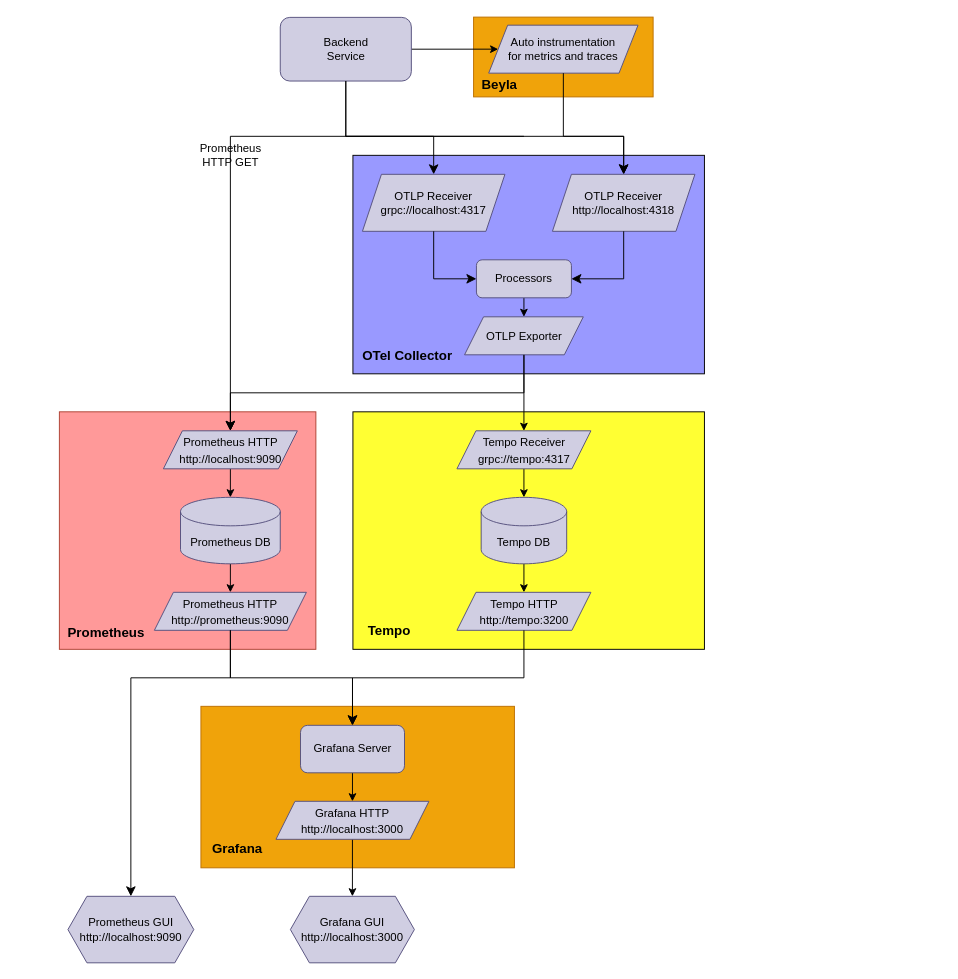
Earlier version of the draw.io diagram figure/structure.drawio (gary1030/observability-demo). Source tidied: cells renumbered, new cells numbered last; positions are measured from the earlier drawing's top-left corner, leaving out a move shared by most shapes. Both pictures are drawn from the tidied source at 95%, with x=0, y=0 at pixel (59, 16). Pictures stored in the file or linked from it are replaced by grey dashed boxes.
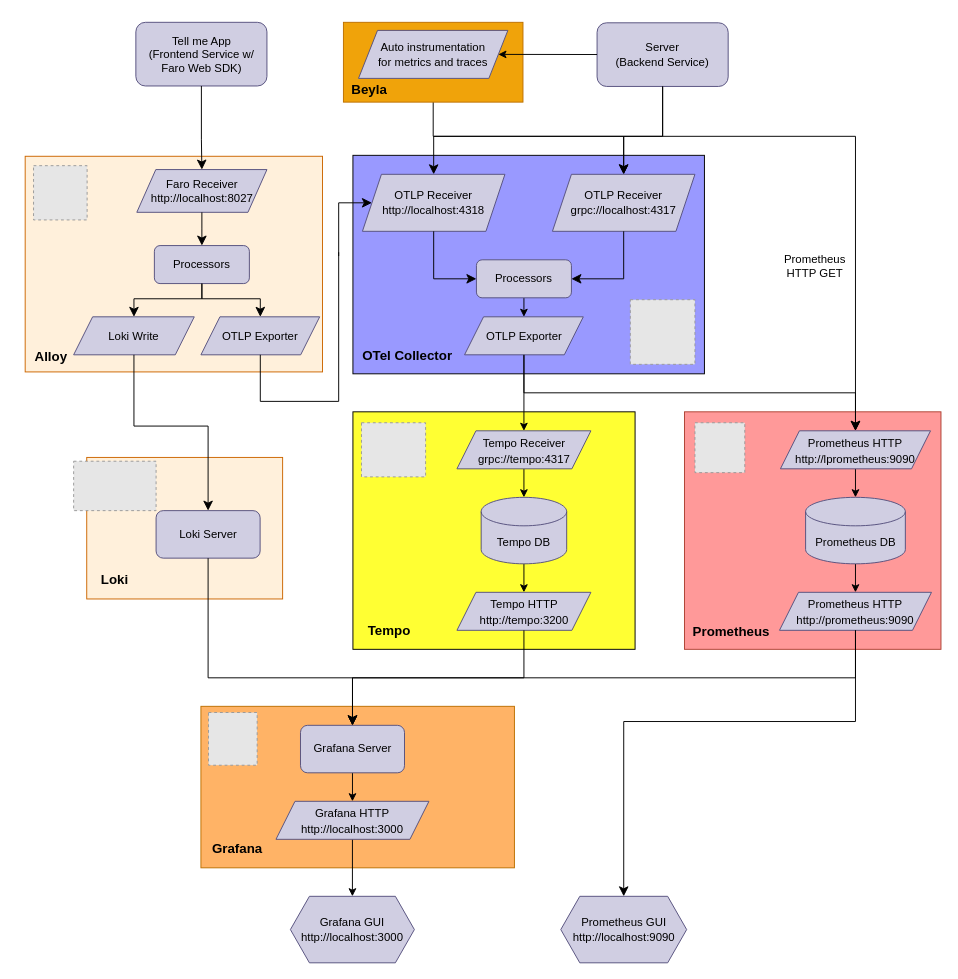
The same diagram, later.

Unchanged cells that the change refers to:
```xml
<mxCell id="23" value="&lt;font style=&quot;font-size: 12px;&quot;&gt;&lt;font color=&quot;#000000&quot;&gt;Tempo HTTP&lt;br&gt;http://tempo:3200&lt;/font&gt;&lt;br&gt;&lt;/font&gt;" style="shape=parallelogram;perimeter=parallelogramPerimeter;whiteSpace=wrap;html=1;fixedSize=1;fontSize=14;fillColor=#d0cee2;strokeColor=#56517e;" parent="1" vertex="1">
  <mxGeometry x="418.5" y="606" width="141" height="40" as="geometry" />
</mxCell>
<mxCell id="35" value="&lt;font color=&quot;#000000&quot;&gt;Grafana Server&lt;/font&gt;" style="rounded=1;whiteSpace=wrap;html=1;fontSize=12;fillColor=#d0cee2;strokeColor=#56517e;" parent="1" vertex="1">
  <mxGeometry x="253.8" y="746" width="109.5" height="50" as="geometry" />
</mxCell>
```

Change to the diagram source:
```diff
@@
-    <mxCell id="2" style="rounded=0;whiteSpace=wrap;html=1;fillColor=#f0a30a;fontColor=#000000;strokeColor=#BD7000;" parent="1" vertex="1">
-      <mxGeometry x="436" y="0.5" width="189" height="84" as="geometry" />
-    </mxCell>
-    <mxCell id="3" style="edgeStyle=none;html=1;fontColor=#000000;strokeColor=#000000;entryX=0;entryY=0.5;entryDx=0;entryDy=0;" parent="1" edge="1" source="4" target="45">
-      <mxGeometry relative="1" as="geometry" />
-    </mxCell>
+    <mxCell id="48" style="rounded=0;whiteSpace=wrap;html=1;fontSize=14;fillColor=#FFF0DB;strokeColor=#CC6600;" parent="1" vertex="1">
+      <mxGeometry x="28.8" y="464" width="206.2" height="149" as="geometry" />
+    </mxCell>
-    <mxCell id="4" value="&lt;font color=&quot;#000000&quot;&gt;Backend&lt;br&gt;Service&lt;/font&gt;" style="rounded=1;whiteSpace=wrap;html=1;fillColor=#d0cee2;strokeColor=#56517e;" parent="1" vertex="1">
-      <mxGeometry x="232.5" y="0.8" width="138" height="67" as="geometry" />
+    <mxCell id="4" value="&lt;font color=&quot;#000000&quot;&gt;Server&lt;br&gt;(Backend Service)&lt;br&gt;&lt;/font&gt;" style="rounded=1;whiteSpace=wrap;html=1;fillColor=#d0cee2;strokeColor=#56517e;" parent="1" vertex="1">
+      <mxGeometry x="566" y="6.5" width="138" height="67" as="geometry" />
     </mxCell>
@@
-    <mxCell id="6" value="&lt;font color=&quot;#000000&quot;&gt;OTLP Receiver&lt;br&gt;grpc://localhost:4317&lt;/font&gt;" style="shape=parallelogram;perimeter=parallelogramPerimeter;whiteSpace=wrap;html=1;fixedSize=1;fillColor=#d0cee2;strokeColor=#56517e;" parent="1" vertex="1">
+    <mxCell id="6" value="&lt;font color=&quot;#000000&quot;&gt;OTLP Receiver&lt;br&gt;http://localhost:4318&lt;/font&gt;" style="shape=parallelogram;perimeter=parallelogramPerimeter;whiteSpace=wrap;html=1;fixedSize=1;fillColor=#d0cee2;strokeColor=#56517e;" parent="1" vertex="1">
       <mxGeometry x="319" y="166" width="150" height="60" as="geometry" />
     </mxCell>
-    <mxCell id="7" value="&lt;font color=&quot;#000000&quot;&gt;OTLP Receiver&lt;br&gt;http://localhost:4318&lt;/font&gt;" style="shape=parallelogram;perimeter=parallelogramPerimeter;whiteSpace=wrap;html=1;fixedSize=1;fillColor=#d0cee2;strokeColor=#56517e;" parent="1" vertex="1">
+    <mxCell id="7" value="&lt;font color=&quot;#000000&quot;&gt;OTLP Receiver&lt;br&gt;grpc://localhost:4317&lt;/font&gt;" style="shape=parallelogram;perimeter=parallelogramPerimeter;whiteSpace=wrap;html=1;fixedSize=1;fillColor=#d0cee2;strokeColor=#56517e;" parent="1" vertex="1">
       <mxGeometry x="519" y="166" width="150" height="60" as="geometry" />
     </mxCell>
@@
     <mxCell id="15" style="rounded=0;whiteSpace=wrap;html=1;fontSize=14;fillColor=#FFFF33;" parent="1" vertex="1">
-      <mxGeometry x="309" y="416" width="370" height="250" as="geometry" />
+      <mxGeometry x="309" y="416" width="297" height="250" as="geometry" />
     </mxCell>
@@
     <mxCell id="24" style="rounded=0;whiteSpace=wrap;html=1;fontSize=14;fillColor=#FF9999;strokeColor=#ae4132;" parent="1" vertex="1">
-      <mxGeometry y="416" width="270" height="250" as="geometry" />
+      <mxGeometry x="658" y="416" width="270" height="250" as="geometry" />
     </mxCell>
     <mxCell id="25" value="&lt;p style=&quot;line-height: 70%;&quot;&gt;&lt;font color=&quot;#000000&quot; style=&quot;font-size: 14px;&quot;&gt;Prometheus&lt;br&gt;&lt;/font&gt;&lt;/p&gt;" style="text;strokeColor=none;fillColor=none;html=1;fontSize=24;fontStyle=1;verticalAlign=middle;align=center;" parent="1" vertex="1">
-      <mxGeometry x="13" y="628" width="71" height="36" as="geometry" />
+      <mxGeometry x="671" y="628" width="71" height="36" as="geometry" />
     </mxCell>
@@
-    <mxCell id="27" value="&lt;font style=&quot;font-size: 12px;&quot;&gt;&lt;font color=&quot;#000000&quot;&gt;Prometheus HTTP&lt;br&gt;http://localhost:9090&lt;/font&gt;&lt;br&gt;&lt;/font&gt;" style="shape=parallelogram;perimeter=parallelogramPerimeter;whiteSpace=wrap;html=1;fixedSize=1;fontSize=14;fillColor=#d0cee2;strokeColor=#56517e;" parent="1" vertex="1">
-      <mxGeometry x="109.5" y="436" width="141" height="40" as="geometry" />
+    <mxCell id="27" value="&lt;font style=&quot;font-size: 12px;&quot;&gt;&lt;font color=&quot;#000000&quot;&gt;Prometheus HTTP&lt;br&gt;http://lprometheus:9090&lt;/font&gt;&lt;br&gt;&lt;/font&gt;" style="shape=parallelogram;perimeter=parallelogramPerimeter;whiteSpace=wrap;html=1;fixedSize=1;fontSize=14;fillColor=#d0cee2;strokeColor=#56517e;" parent="1" vertex="1">
+      <mxGeometry x="759" y="436" width="158" height="40" as="geometry" />
     </mxCell>
@@
     <mxCell id="29" value="&lt;font color=&quot;#000000&quot;&gt;Prometheus DB&lt;/font&gt;" style="shape=cylinder3;whiteSpace=wrap;html=1;boundedLbl=1;backgroundOutline=1;size=15;fontSize=12;fillColor=#d0cee2;strokeColor=#56517e;" parent="1" vertex="1">
-      <mxGeometry x="127.5" y="506" width="105" height="70" as="geometry" />
+      <mxGeometry x="785.5" y="506" width="105" height="70" as="geometry" />
     </mxCell>
     <mxCell id="30" value="&lt;font style=&quot;font-size: 12px;&quot;&gt;&lt;font color=&quot;#000000&quot;&gt;Prometheus HTTP&lt;br&gt;http://prometheus:9090&lt;/font&gt;&lt;br&gt;&lt;/font&gt;" style="shape=parallelogram;perimeter=parallelogramPerimeter;whiteSpace=wrap;html=1;fixedSize=1;fontSize=14;fillColor=#d0cee2;strokeColor=#56517e;" parent="1" vertex="1">
-      <mxGeometry x="100" y="606" width="160" height="40" as="geometry" />
+      <mxGeometry x="758" y="606" width="160" height="40" as="geometry" />
     </mxCell>
     <mxCell id="31" style="edgeStyle=elbowEdgeStyle;elbow=horizontal;endArrow=classic;html=1;curved=0;rounded=0;endSize=8;startSize=8;fontSize=12;entryX=0.5;entryY=0;entryDx=0;entryDy=0;strokeColor=#000000;" parent="1" edge="1" target="27">
       <mxGeometry relative="1" as="geometry">
-        <mxPoint x="489" y="126" as="sourcePoint" />
+        <mxPoint x="635" y="126" as="sourcePoint" />
         <Array as="points">
-          <mxPoint x="180" y="313" />
+          <mxPoint x="838" y="285" />
           <mxPoint x="164" y="255" />
           <mxPoint x="189" y="176" />
         </Array>
       </mxGeometry>
     </mxCell>
     <mxCell id="32" value="&lt;font color=&quot;#000000&quot;&gt;Prometheus&lt;br&gt;HTTP GET&lt;/font&gt;" style="edgeLabel;html=1;align=center;verticalAlign=middle;fontSize=12;labelBackgroundColor=none;" parent="31" vertex="1">
       <mxGeometry x="0.12" y="-1" relative="1" as="geometry">
-        <mxPoint y="-19" as="offset" />
+        <mxPoint x="-43" y="52" as="offset" />
       </mxGeometry>
     </mxCell>
-    <mxCell id="33" style="rounded=0;whiteSpace=wrap;html=1;fontSize=12;fillColor=#f0a30a;fontColor=#000000;strokeColor=#BD7000;" parent="1" vertex="1">
+    <mxCell id="33" style="rounded=0;whiteSpace=wrap;html=1;fontSize=12;fillColor=#FFB366;fontColor=#000000;strokeColor=#BD7000;" parent="1" vertex="1">
       <mxGeometry x="149" y="726" width="330" height="170" as="geometry" />
     </mxCell>
@@
     <mxCell id="39" style="edgeStyle=elbowEdgeStyle;elbow=vertical;endArrow=classic;html=1;curved=0;rounded=0;endSize=8;startSize=8;fontSize=12;entryX=0.5;entryY=0;entryDx=0;entryDy=0;exitX=0.5;exitY=1;exitDx=0;exitDy=0;strokeColor=#000000;" parent="1" edge="1" source="30" target="35">
       <mxGeometry relative="1" as="geometry">
         <Array as="points">
-          <mxPoint x="249" y="696" />
+          <mxPoint x="574" y="696" />
         </Array>
       </mxGeometry>
     </mxCell>
     <mxCell id="40" style="edgeStyle=elbowEdgeStyle;elbow=vertical;endArrow=classic;html=1;curved=0;rounded=0;endSize=8;startSize=8;fontSize=12;exitX=0.5;exitY=1;exitDx=0;exitDy=0;entryX=0.5;entryY=0;entryDx=0;entryDy=0;strokeColor=#000000;" parent="1" edge="1" source="23" target="35">
-      <mxGeometry relative="1" as="geometry" />
+      <mxGeometry relative="1" as="geometry">
+        <Array as="points">
+          <mxPoint x="398" y="696" />
+        </Array>
+      </mxGeometry>
     </mxCell>
@@
     <mxCell id="42" value="&lt;font color=&quot;#000000&quot;&gt;Prometheus GUI&lt;br&gt;http://localhost:9090&lt;/font&gt;" style="shape=hexagon;perimeter=hexagonPerimeter2;whiteSpace=wrap;html=1;fixedSize=1;fontSize=12;fillColor=#d0cee2;strokeColor=#56517e;" parent="1" vertex="1">
-      <mxGeometry x="9" y="926" width="132.5" height="70" as="geometry" />
+      <mxGeometry x="527.8" y="926" width="132.5" height="70" as="geometry" />
     </mxCell>
     <mxCell id="43" style="edgeStyle=elbowEdgeStyle;elbow=vertical;endArrow=classic;html=1;curved=0;rounded=0;endSize=8;startSize=8;fontSize=12;exitX=0.5;exitY=1;exitDx=0;exitDy=0;entryX=0.5;entryY=0;entryDx=0;entryDy=0;strokeColor=#000000;" parent="1" edge="1" source="30" target="42">
       <mxGeometry relative="1" as="geometry">
         <Array as="points">
+          <mxPoint x="638" y="742" />
           <mxPoint x="139" y="696" />
         </Array>
       </mxGeometry>
     </mxCell>
@@
+    <mxCell id="46" style="edgeStyle=elbowEdgeStyle;elbow=vertical;endArrow=classic;html=1;curved=0;rounded=0;endSize=8;startSize=8;exitX=0.5;exitY=1;exitDx=0;exitDy=0;entryX=0.5;entryY=0;entryDx=0;entryDy=0;strokeColor=#000000;" parent="1" edge="1" source="45" target="7">
+      <mxGeometry relative="1" as="geometry">
+        <Array as="points">
+          <mxPoint x="520" y="126" />
+        </Array>
+      </mxGeometry>
+    </mxCell>
+    <mxCell id="49" value="&lt;font color=&quot;#000000&quot;&gt;Tell me App&lt;br&gt;(Frontend Service w/ Faro Web SDK)&lt;br&gt;&lt;/font&gt;" style="rounded=1;whiteSpace=wrap;html=1;fillColor=#d0cee2;strokeColor=#56517e;" parent="1" vertex="1">
+      <mxGeometry x="80.5" y="6" width="138" height="67" as="geometry" />
+    </mxCell>
+    <mxCell id="50" style="fillColor=#E6E6E6;strokeColor=#999999;dashed=1;verticalLabelPosition=bottom;labelBackgroundColor=default;verticalAlign=top;" parent="1" vertex="1">
+      <mxGeometry x="15" y="468" width="86.8" height="52" as="geometry" />
+    </mxCell>
+    <mxCell id="51" style="rounded=0;whiteSpace=wrap;html=1;fontSize=14;fillColor=#FFF0DB;strokeColor=#CC6600;" parent="1" vertex="1">
+      <mxGeometry x="-36" y="147" width="313" height="227" as="geometry" />
+    </mxCell>
+    <mxCell id="52" value="&lt;p style=&quot;line-height: 70%;&quot;&gt;&lt;font color=&quot;#000000&quot; style=&quot;font-size: 14px;&quot;&gt;Alloy&lt;br&gt;&lt;/font&gt;&lt;/p&gt;" style="text;strokeColor=none;fillColor=none;html=1;fontSize=24;fontStyle=1;verticalAlign=middle;align=center;" parent="1" vertex="1">
+      <mxGeometry x="-45" y="338" width="71" height="36" as="geometry" />
+    </mxCell>
+    <mxCell id="53" value="&lt;font color=&quot;#000000&quot;&gt;Faro Receiver&lt;br&gt;http://localhost:8027&lt;/font&gt;" style="shape=parallelogram;perimeter=parallelogramPerimeter;whiteSpace=wrap;html=1;fixedSize=1;fillColor=#d0cee2;strokeColor=#56517e;" parent="1" vertex="1">
+      <mxGeometry x="81.5" y="161" width="137" height="45" as="geometry" />
+    </mxCell>
+    <mxCell id="54" value="&lt;font color=&quot;#000000&quot;&gt;Processors&lt;/font&gt;" style="rounded=1;whiteSpace=wrap;html=1;fillColor=#d0cee2;strokeColor=#56517e;" parent="1" vertex="1">
+      <mxGeometry x="100" y="241" width="100" height="40" as="geometry" />
+    </mxCell>
+    <mxCell id="55" value="&lt;font color=&quot;#000000&quot; style=&quot;font-size: 12px;&quot;&gt;Loki Write&lt;/font&gt;" style="shape=parallelogram;perimeter=parallelogramPerimeter;whiteSpace=wrap;html=1;fixedSize=1;fontSize=14;fillColor=#d0cee2;strokeColor=#56517e;" parent="1" vertex="1">
+      <mxGeometry x="15" y="316" width="127" height="40" as="geometry" />
+    </mxCell>
+    <mxCell id="56" value="&lt;font color=&quot;#000000&quot; style=&quot;font-size: 12px;&quot;&gt;OTLP Exporter&lt;/font&gt;" style="shape=parallelogram;perimeter=parallelogramPerimeter;whiteSpace=wrap;html=1;fixedSize=1;fontSize=14;fillColor=#d0cee2;strokeColor=#56517e;" parent="1" vertex="1">
+      <mxGeometry x="149" y="316" width="125" height="40" as="geometry" />
+    </mxCell>
+    <mxCell id="57" value="&lt;font color=&quot;#000000&quot; style=&quot;font-size: 14px;&quot;&gt;Loki&lt;br&gt;&lt;/font&gt;" style="text;strokeColor=none;fillColor=none;html=1;fontSize=24;fontStyle=1;verticalAlign=middle;align=center;" parent="1" vertex="1">
+      <mxGeometry x="30.3" y="570" width="56.2" height="40" as="geometry" />
+    </mxCell>
+    <mxCell id="58" value="&lt;font color=&quot;#000000&quot;&gt;Loki Server&lt;/font&gt;" style="rounded=1;whiteSpace=wrap;html=1;fontSize=12;fillColor=#d0cee2;strokeColor=#56517e;" parent="1" vertex="1">
+      <mxGeometry x="101.8" y="520" width="109.5" height="50" as="geometry" />
+    </mxCell>
+    <mxCell id="59" style="edgeStyle=elbowEdgeStyle;elbow=vertical;endArrow=classic;html=1;curved=0;rounded=0;endSize=8;startSize=8;exitX=0.5;exitY=1;exitDx=0;exitDy=0;entryX=0.5;entryY=0;entryDx=0;entryDy=0;strokeColor=#000000;" parent="1" edge="1" source="49" target="53">
+      <mxGeometry relative="1" as="geometry">
+        <Array as="points">
+          <mxPoint x="140" y="129" />
+        </Array>
+      </mxGeometry>
+    </mxCell>
+    <mxCell id="60" style="edgeStyle=elbowEdgeStyle;elbow=horizontal;endArrow=classic;html=1;curved=0;rounded=0;endSize=8;startSize=8;exitX=0.5;exitY=1;exitDx=0;exitDy=0;entryX=0.5;entryY=0;entryDx=0;entryDy=0;strokeColor=#000000;" parent="1" edge="1" source="53" target="54">
+      <mxGeometry relative="1" as="geometry" />
+    </mxCell>
+    <mxCell id="61" style="edgeStyle=elbowEdgeStyle;elbow=vertical;endArrow=classic;html=1;curved=0;rounded=0;endSize=8;startSize=8;exitX=0.5;exitY=1;exitDx=0;exitDy=0;strokeColor=#000000;entryX=0.5;entryY=0;entryDx=0;entryDy=0;" parent="1" edge="1" source="54" target="56">
+      <mxGeometry relative="1" as="geometry">
+        <Array as="points">
+          <mxPoint x="181" y="297" />
+        </Array>
+      </mxGeometry>
+    </mxCell>
+    <mxCell id="62" style="edgeStyle=elbowEdgeStyle;elbow=vertical;endArrow=classic;html=1;curved=0;rounded=0;endSize=8;startSize=8;exitX=0.5;exitY=1;exitDx=0;exitDy=0;strokeColor=#000000;entryX=0.5;entryY=0;entryDx=0;entryDy=0;" parent="1" edge="1" source="54" target="55">
+      <mxGeometry relative="1" as="geometry">
+        <Array as="points">
+          <mxPoint x="116" y="297" />
+        </Array>
+      </mxGeometry>
+    </mxCell>
+    <mxCell id="63" style="edgeStyle=elbowEdgeStyle;elbow=vertical;endArrow=classic;html=1;curved=0;rounded=0;endSize=8;startSize=8;exitX=0.5;exitY=1;exitDx=0;exitDy=0;entryX=0.5;entryY=0;entryDx=0;entryDy=0;strokeColor=#000000;" parent="1" edge="1" source="55" target="58">
+      <mxGeometry relative="1" as="geometry">
+        <Array as="points">
+          <mxPoint x="157" y="431" />
+        </Array>
+      </mxGeometry>
+    </mxCell>
+    <mxCell id="64" style="edgeStyle=elbowEdgeStyle;elbow=vertical;endArrow=classic;html=1;curved=0;rounded=0;endSize=8;startSize=8;exitX=0.5;exitY=1;exitDx=0;exitDy=0;entryX=0.5;entryY=0;entryDx=0;entryDy=0;strokeColor=#000000;" parent="1" edge="1" source="58" target="35">
+      <mxGeometry relative="1" as="geometry">
+        <Array as="points">
+          <mxPoint x="235" y="696" />
+        </Array>
+      </mxGeometry>
+    </mxCell>
+    <mxCell id="65" style="group;" parent="1" vertex="1">
+      <mxGeometry x="297" y="6" width="191" height="84" as="geometry" />
+    </mxCell>
+    <mxCell id="2" style="rounded=0;whiteSpace=wrap;html=1;fillColor=#f0a30a;fontColor=#000000;strokeColor=#BD7000;" parent="65" vertex="1">
+      <mxGeometry x="2" width="189" height="84" as="geometry" />
+    </mxCell>
-    <mxCell id="45" value="&lt;font color=&quot;#000000&quot;&gt;Auto instrumentation&lt;br&gt;for metrics and traces&lt;br&gt;&lt;/font&gt;" style="shape=parallelogram;perimeter=parallelogramPerimeter;whiteSpace=wrap;html=1;fixedSize=1;fillColor=#d0cee2;strokeColor=#56517e;" parent="1" vertex="1">
-      <mxGeometry x="451.9" y="9" width="157.2" height="50.5" as="geometry" />
+    <mxCell id="45" value="&lt;font color=&quot;#000000&quot;&gt;Auto instrumentation&lt;br&gt;for metrics and traces&lt;br&gt;&lt;/font&gt;" style="shape=parallelogram;perimeter=parallelogramPerimeter;whiteSpace=wrap;html=1;fixedSize=1;fillColor=#d0cee2;strokeColor=#56517e;" parent="65" vertex="1">
+      <mxGeometry x="17.9" y="8.5" width="157.2" height="50.5" as="geometry" />
     </mxCell>
-    <mxCell id="46" style="edgeStyle=elbowEdgeStyle;elbow=vertical;endArrow=classic;html=1;curved=0;rounded=0;endSize=8;startSize=8;exitX=0.5;exitY=1;exitDx=0;exitDy=0;entryX=0.5;entryY=0;entryDx=0;entryDy=0;strokeColor=#000000;" parent="1" edge="1" source="45" target="7">
-      <mxGeometry relative="1" as="geometry">
-        <Array as="points">
-          <mxPoint x="520" y="126" />
-        </Array>
-      </mxGeometry>
-    </mxCell>
-    <mxCell id="47" value="&lt;font color=&quot;#000000&quot; style=&quot;font-size: 14px;&quot;&gt;Beyla&lt;/font&gt;" style="text;strokeColor=none;fillColor=none;html=1;fontSize=24;fontStyle=1;verticalAlign=middle;align=center;" parent="1" vertex="1">
-      <mxGeometry x="434" y="56" width="57" height="25" as="geometry" />
+    <mxCell id="47" value="&lt;font color=&quot;#000000&quot; style=&quot;font-size: 14px;&quot;&gt;Beyla&lt;/font&gt;" style="text;strokeColor=none;fillColor=none;html=1;fontSize=24;fontStyle=1;verticalAlign=middle;align=center;" parent="65" vertex="1">
+      <mxGeometry y="55.5" width="57" height="25" as="geometry" />
     </mxCell>
+    <mxCell id="3" style="edgeStyle=none;html=1;fontColor=#000000;strokeColor=#000000;entryX=1;entryY=0.5;entryDx=0;entryDy=0;" parent="1" edge="1" source="4" target="45">
+      <mxGeometry relative="1" as="geometry" />
+    </mxCell>
+    <mxCell id="66" style="fillColor=#E6E6E6;strokeColor=#999999;dashed=1;verticalLabelPosition=bottom;labelBackgroundColor=default;verticalAlign=top;" parent="1" vertex="1">
+      <mxGeometry x="157" y="732.5" width="51.2" height="55.5" as="geometry" />
+    </mxCell>
+    <mxCell id="67" style="fillColor=#E6E6E6;strokeColor=#999999;dashed=1;verticalLabelPosition=bottom;labelBackgroundColor=default;verticalAlign=top;" parent="1" vertex="1">
+      <mxGeometry x="318" y="427.5" width="67.5" height="57" as="geometry" />
+    </mxCell>
+    <mxCell id="68" style="fillColor=#E6E6E6;strokeColor=#999999;dashed=1;verticalLabelPosition=bottom;labelBackgroundColor=default;verticalAlign=top;" parent="1" vertex="1">
+      <mxGeometry x="-27.2" y="156.9" width="56.4" height="57.1" as="geometry" />
+    </mxCell>
+    <mxCell id="69" style="fillColor=#E6E6E6;strokeColor=#999999;dashed=1;verticalLabelPosition=bottom;labelBackgroundColor=default;verticalAlign=top;" parent="1" vertex="1">
+      <mxGeometry x="669" y="427.5" width="52.5" height="52.5" as="geometry" />
+    </mxCell>
+    <mxCell id="70" style="fillColor=#E6E6E6;strokeColor=#999999;dashed=1;verticalLabelPosition=bottom;labelBackgroundColor=default;verticalAlign=top;" parent="1" vertex="1">
+      <mxGeometry x="601" y="298" width="68" height="68" as="geometry" />
+    </mxCell>
+    <mxCell id="71" style="edgeStyle=elbowEdgeStyle;elbow=vertical;endArrow=none;html=1;curved=0;rounded=0;endSize=8;startSize=8;strokeColor=#000000;startArrow=none;startFill=0;endFill=0;" parent="1" edge="1" source="56">
+      <mxGeometry relative="1" as="geometry">
+        <mxPoint x="294" y="248" as="targetPoint" />
+        <Array as="points">
+          <mxPoint x="276" y="405" />
+          <mxPoint x="297" y="398" />
+          <mxPoint x="284" y="398" />
+          <mxPoint x="302" y="400" />
+          <mxPoint x="287" y="398" />
+        </Array>
+      </mxGeometry>
+    </mxCell>
+    <mxCell id="72" style="edgeStyle=segmentEdgeStyle;endArrow=classic;html=1;curved=0;rounded=0;endSize=8;startSize=8;entryX=0;entryY=0.5;entryDx=0;entryDy=0;strokeColor=#000000;" parent="1" edge="1" target="6">
+      <mxGeometry relative="1" as="geometry">
+        <mxPoint x="294" y="252" as="sourcePoint" />
+        <Array as="points">
+          <mxPoint x="294" y="250" />
+          <mxPoint x="294" y="196" />
+        </Array>
+      </mxGeometry>
+    </mxCell>
```
